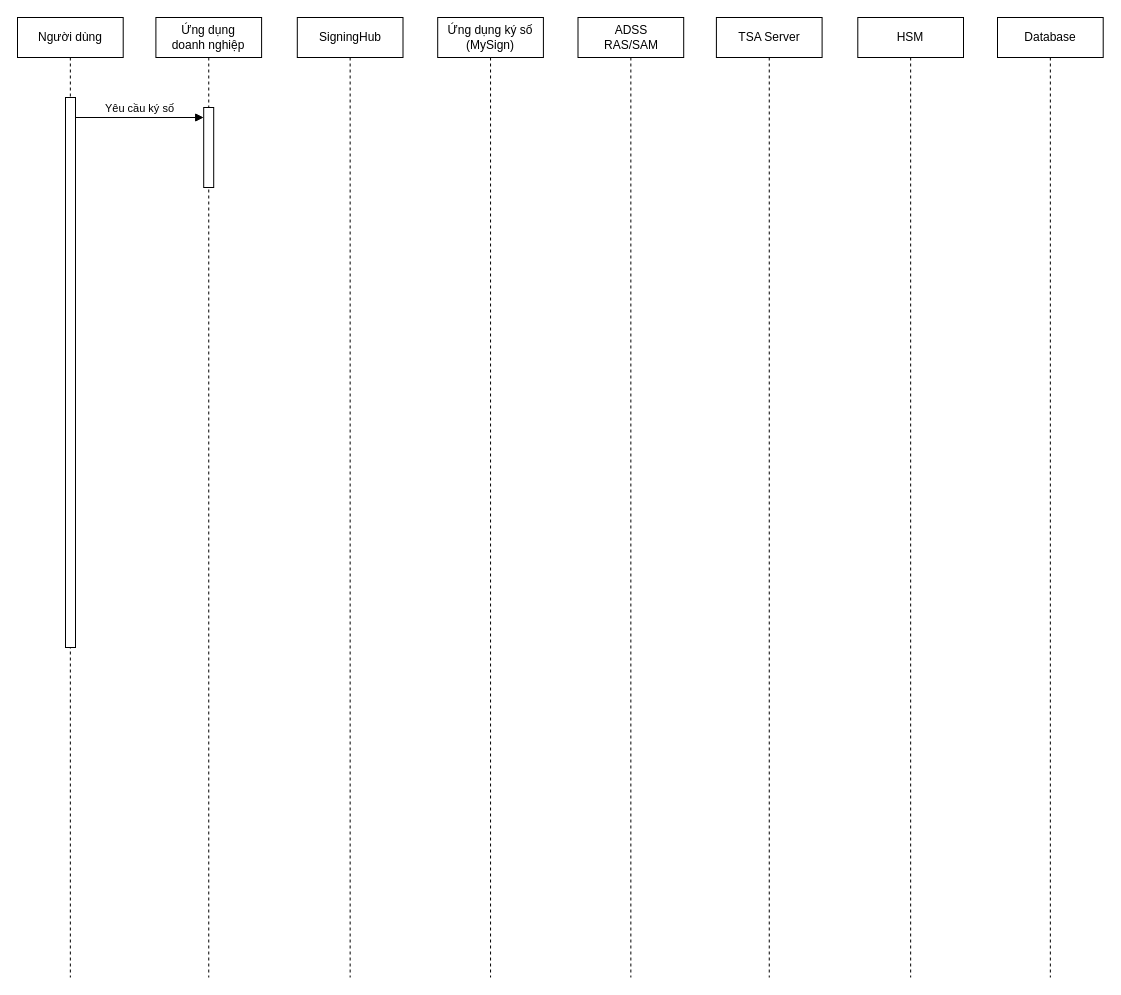
This is Biểu đồ không có tiêu đề.drawio from ddthang2611/TSA-Diagram, a draw.io file, before an edit. Source tidied: cells renumbered, new cells numbered last; positions are measured from the earlier drawing's top-left corner, leaving out a move shared by most shapes. Both pictures are drawn from the tidied source at 100%, with x=0, y=0 at pixel (17, 17).
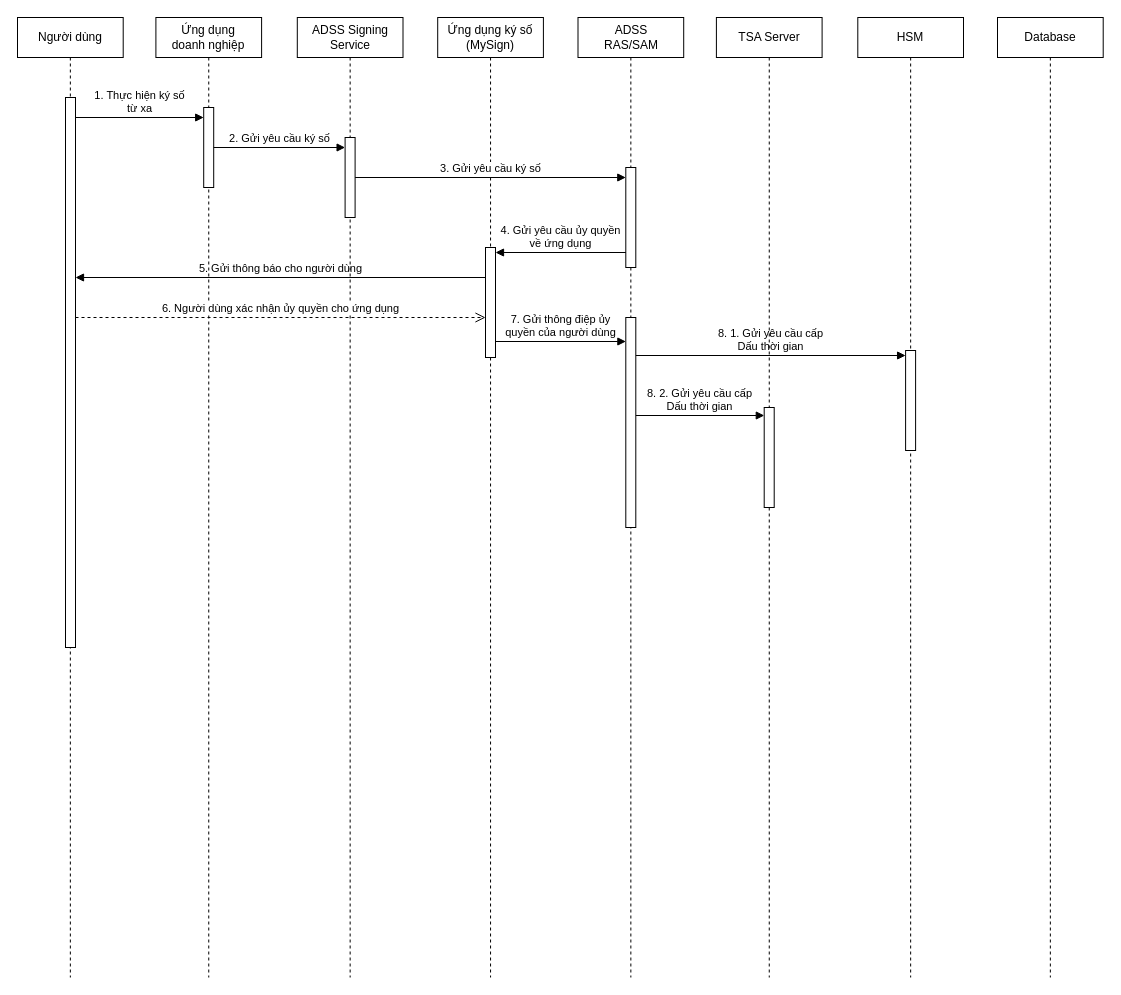
The same page after the edit.

Commit message (it also covers changes not shown here):
Cập nhật Biểu đồ không có tiêu đề.drawio

Unchanged cells that the change refers to:
```xml
<mxCell id="3" style="html=1;points=[[0,0,0,0,5],[0,1,0,0,-5],[1,0,0,0,5],[1,1,0,0,-5]];perimeter=orthogonalPerimeter;outlineConnect=0;targetShapes=umlLifeline;portConstraint=eastwest;newEdgeStyle={&quot;curved&quot;:0,&quot;rounded&quot;:0};" parent="2" vertex="1">
  <mxGeometry x="48" y="80" width="10" height="550" as="geometry" />
</mxCell>
<mxCell id="5" style="html=1;points=[[0,0,0,0,5],[0,1,0,0,-5],[1,0,0,0,5],[1,1,0,0,-5]];perimeter=orthogonalPerimeter;outlineConnect=0;targetShapes=umlLifeline;portConstraint=eastwest;newEdgeStyle={&quot;curved&quot;:0,&quot;rounded&quot;:0};" parent="4" vertex="1">
  <mxGeometry x="47.8" y="90" width="10" height="80" as="geometry" />
</mxCell>
<mxCell id="7" value="Ứng dụng ký số&lt;br&gt;(MySign)" style="shape=umlLifeline;perimeter=lifelinePerimeter;whiteSpace=wrap;html=1;newEdgeStyle={&quot;edgeStyle&quot;:&quot;elbowEdgeStyle&quot;,&quot;elbow&quot;:&quot;vertical&quot;,&quot;curved&quot;:0,&quot;rounded&quot;:0};" parent="1" vertex="1">
  <mxGeometry x="420.2" width="105.7" height="960" as="geometry" />
</mxCell>
<mxCell id="8" value="ADSS&lt;br&gt;RAS/SAM" style="shape=umlLifeline;perimeter=lifelinePerimeter;whiteSpace=wrap;html=1;newEdgeStyle={&quot;edgeStyle&quot;:&quot;elbowEdgeStyle&quot;,&quot;elbow&quot;:&quot;vertical&quot;,&quot;curved&quot;:0,&quot;rounded&quot;:0};" parent="1" vertex="1">
  <mxGeometry x="560.5" width="105.7" height="960" as="geometry" />
</mxCell>
<mxCell id="9" value="TSA Server" style="shape=umlLifeline;perimeter=lifelinePerimeter;whiteSpace=wrap;html=1;newEdgeStyle={&quot;edgeStyle&quot;:&quot;elbowEdgeStyle&quot;,&quot;elbow&quot;:&quot;vertical&quot;,&quot;curved&quot;:0,&quot;rounded&quot;:0};" parent="1" vertex="1">
  <mxGeometry x="698.9" width="105.7" height="960" as="geometry" />
</mxCell>
<mxCell id="10" value="HSM" style="shape=umlLifeline;perimeter=lifelinePerimeter;whiteSpace=wrap;html=1;newEdgeStyle={&quot;edgeStyle&quot;:&quot;elbowEdgeStyle&quot;,&quot;elbow&quot;:&quot;vertical&quot;,&quot;curved&quot;:0,&quot;rounded&quot;:0};" parent="1" vertex="1">
  <mxGeometry x="840.3" width="105.7" height="960" as="geometry" />
</mxCell>
```

Change to the diagram source:
```diff
@@
-    <mxCell id="6" value="SigningHub" style="shape=umlLifeline;perimeter=lifelinePerimeter;whiteSpace=wrap;html=1;newEdgeStyle={&quot;edgeStyle&quot;:&quot;elbowEdgeStyle&quot;,&quot;elbow&quot;:&quot;vertical&quot;,&quot;curved&quot;:0,&quot;rounded&quot;:0};" parent="1" vertex="1">
+    <mxCell id="6" value="ADSS Signing&lt;br&gt;Service" style="shape=umlLifeline;perimeter=lifelinePerimeter;whiteSpace=wrap;html=1;newEdgeStyle={&quot;edgeStyle&quot;:&quot;elbowEdgeStyle&quot;,&quot;elbow&quot;:&quot;vertical&quot;,&quot;curved&quot;:0,&quot;rounded&quot;:0};" parent="1" vertex="1">
       <mxGeometry x="279.8" width="105.7" height="960" as="geometry" />
     </mxCell>
+    <mxCell id="13" style="html=1;points=[[0,0,0,0,5],[0,1,0,0,-5],[1,0,0,0,5],[1,1,0,0,-5]];perimeter=orthogonalPerimeter;outlineConnect=0;targetShapes=umlLifeline;portConstraint=eastwest;newEdgeStyle={&quot;curved&quot;:0,&quot;rounded&quot;:0};" parent="6" vertex="1">
+      <mxGeometry x="47.8" y="120" width="10" height="80" as="geometry" />
+    </mxCell>
@@
+    <mxCell id="14" style="html=1;perimeter=orthogonalPerimeter;targetShapes=umlLifeline;newEdgeStyle={&quot;curved&quot;:0,&quot;rounded&quot;:0};" parent="7" vertex="1">
+      <mxGeometry x="47.8" y="230" width="10" height="110" as="geometry" />
+    </mxCell>
@@
+    <mxCell id="15" style="html=1;points=[[0,0,0,0,5],[0,1,0,0,-5],[1,0,0,0,5],[1,1,0,0,-5]];perimeter=orthogonalPerimeter;outlineConnect=0;targetShapes=umlLifeline;portConstraint=eastwest;newEdgeStyle={&quot;curved&quot;:0,&quot;rounded&quot;:0};" parent="8" vertex="1">
+      <mxGeometry x="47.8" y="150" width="10" height="100" as="geometry" />
+    </mxCell>
+    <mxCell id="16" style="html=1;perimeter=orthogonalPerimeter;targetShapes=umlLifeline;newEdgeStyle={&quot;curved&quot;:0,&quot;rounded&quot;:0};" parent="8" vertex="1">
+      <mxGeometry x="47.8" y="300" width="10" height="210" as="geometry" />
+    </mxCell>
@@
+    <mxCell id="17" style="html=1;perimeter=orthogonalPerimeter;targetShapes=umlLifeline;newEdgeStyle={&quot;curved&quot;:0,&quot;rounded&quot;:0};" parent="9" vertex="1">
+      <mxGeometry x="47.8" y="390" width="10" height="100" as="geometry" />
+    </mxCell>
@@
+    <mxCell id="18" style="html=1;points=[[0,0,0,0,5],[0,1,0,0,-5],[1,0,0,0,5],[1,1,0,0,-5]];perimeter=orthogonalPerimeter;outlineConnect=0;targetShapes=umlLifeline;portConstraint=eastwest;newEdgeStyle={&quot;curved&quot;:0,&quot;rounded&quot;:0};" parent="10" vertex="1">
+      <mxGeometry x="47.8" y="333" width="10" height="100" as="geometry" />
+    </mxCell>
@@
-    <mxCell id="12" value="Yêu cầu ký số" style="html=1;verticalAlign=bottom;endArrow=block;curved=0;rounded=0;" parent="1" edge="1" target="5">
+    <mxCell id="12" value="1. Thực hiện ký số &lt;br&gt;từ xa" style="html=1;verticalAlign=bottom;endArrow=block;curved=0;rounded=0;" parent="1" edge="1" target="5">
       <mxGeometry relative="1" as="geometry">
         <mxPoint x="58.4" y="100" as="sourcePoint" />
       </mxGeometry>
     </mxCell>
+    <mxCell id="19" value="2. Gửi yêu cầu ký số" style="html=1;verticalAlign=bottom;endArrow=block;curved=0;rounded=0;" parent="1" edge="1" source="5" target="13">
+      <mxGeometry relative="1" as="geometry" />
+    </mxCell>
+    <mxCell id="20" value="3. Gửi yêu cầu ký số" style="html=1;verticalAlign=bottom;endArrow=block;curved=0;rounded=0;" parent="1" edge="1" source="13" target="15">
+      <mxGeometry relative="1" as="geometry" />
+    </mxCell>
+    <mxCell id="21" value="4. Gửi yêu cầu ủy quyền&lt;br&gt;về ứng dụng" style="html=1;verticalAlign=bottom;endArrow=block;curved=0;rounded=0;labelBackgroundColor=none;" parent="1" edge="1">
+      <mxGeometry relative="1" as="geometry">
+        <mxPoint x="608.4" y="235" as="sourcePoint" />
+        <mxPoint x="478" y="235" as="targetPoint" />
+      </mxGeometry>
+    </mxCell>
+    <mxCell id="22" value="5. Gửi thông báo cho người dùng" style="html=1;verticalAlign=bottom;endArrow=block;curved=0;rounded=0;labelBackgroundColor=none;" parent="1" edge="1" target="3">
+      <mxGeometry relative="1" as="geometry">
+        <mxPoint x="468" y="260" as="sourcePoint" />
+      </mxGeometry>
+    </mxCell>
+    <mxCell id="23" value="6. Người dùng xác nhận ủy quyền cho ứng dụng" style="html=1;verticalAlign=bottom;endArrow=open;dashed=1;endSize=8;curved=0;rounded=0;" parent="1" edge="1">
+      <mxGeometry relative="1" as="geometry">
+        <mxPoint x="58" y="300" as="sourcePoint" />
+        <mxPoint x="468" y="300" as="targetPoint" />
+      </mxGeometry>
+    </mxCell>
+    <mxCell id="24" value="7. Gửi thông điệp ủy &lt;br&gt;quyền của người dùng" style="html=1;verticalAlign=bottom;endArrow=block;curved=0;rounded=0;labelBackgroundColor=none;" parent="1" edge="1">
+      <mxGeometry relative="1" as="geometry">
+        <mxPoint x="478" y="324" as="sourcePoint" />
+        <mxPoint x="608.4" y="324" as="targetPoint" />
+      </mxGeometry>
+    </mxCell>
+    <mxCell id="25" value="8. 2. Gửi yêu cầu cấp&lt;br&gt;Dấu thời gian" style="html=1;verticalAlign=bottom;endArrow=block;curved=0;rounded=0;labelBackgroundColor=none;" parent="1" edge="1">
+      <mxGeometry relative="1" as="geometry">
+        <mxPoint x="618.4" y="398" as="sourcePoint" />
+        <mxPoint x="746.8" y="398" as="targetPoint" />
+      </mxGeometry>
+    </mxCell>
+    <mxCell id="26" value="8. 1. Gửi yêu cầu cấp&lt;br&gt;Dấu thời gian" style="html=1;verticalAlign=bottom;endArrow=block;curved=0;rounded=0;labelBackgroundColor=none;entryX=0;entryY=0;entryDx=0;entryDy=5;entryPerimeter=0;" parent="1" edge="1" target="18">
+      <mxGeometry relative="1" as="geometry">
+        <mxPoint x="618.4" y="338" as="sourcePoint" />
+      </mxGeometry>
+    </mxCell>
```
